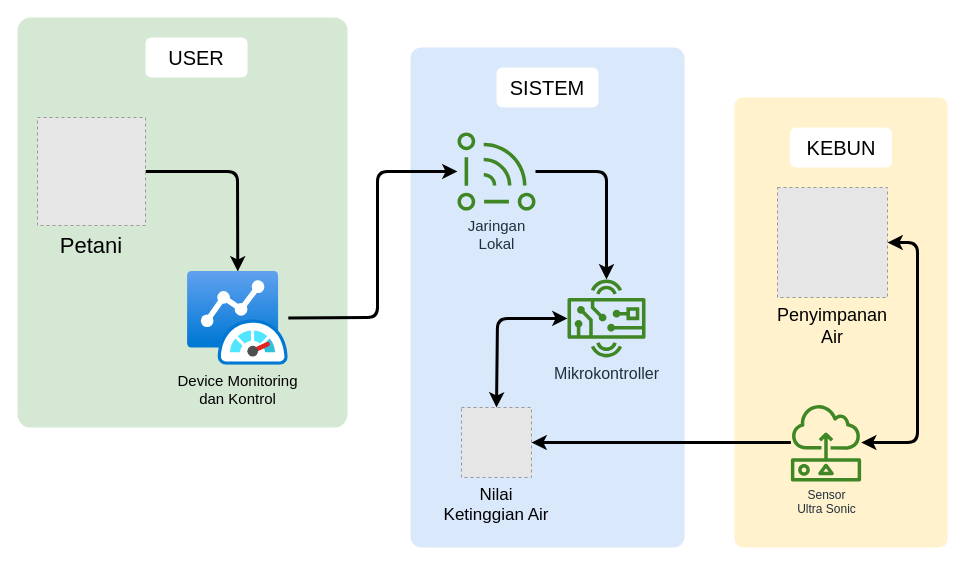
Above: page "DFD Level 2 B" (2 of 5) of project/DFD/dfd.drawio in syukrillah0108/smawa (draw.io), before the change. Source tidied: cells renumbered, new cells numbered last; positions are measured from the earlier drawing's top-left corner, leaving out a move shared by most shapes. Both pictures are drawn from the tidied source at 100%, with x=0, y=0 at pixel (17, 17). Pictures stored in the file or linked from it are replaced by grey dashed boxes.
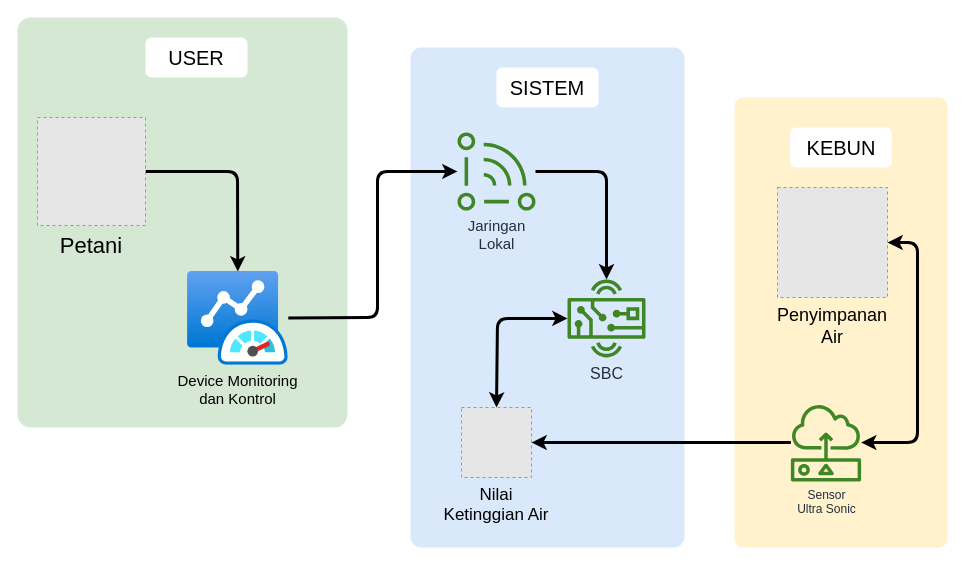
Above is the later version.

What changed in the source:
```diff
@@
-    <mxCell id="12" value="Mikrokontroller" style="sketch=0;outlineConnect=0;fontColor=#232F3E;gradientColor=none;fillColor=#3F8624;strokeColor=none;dashed=0;verticalLabelPosition=bottom;verticalAlign=top;align=center;html=1;fontSize=16;fontStyle=0;shape=mxgraph.aws4.hardware_board;" parent="1" vertex="1">
+    <mxCell id="12" value="SBC" style="sketch=0;outlineConnect=0;fontColor=#232F3E;gradientColor=none;fillColor=#3F8624;strokeColor=none;dashed=0;verticalLabelPosition=bottom;verticalAlign=top;align=center;html=1;fontSize=16;fontStyle=0;shape=mxgraph.aws4.hardware_board;" parent="1" vertex="1">
       <mxGeometry x="550" y="261.9" width="78" height="78" as="geometry" />
     </mxCell>
```
